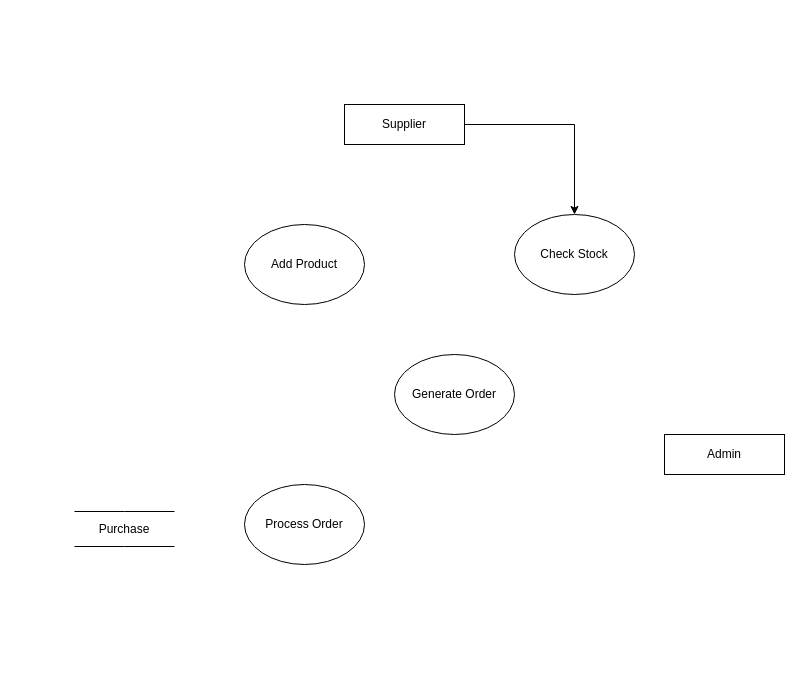
The draw.io diagram Level 2 1.1.drawio in pawal-karki/DRAW.IO, before the edit. Source tidied: cells renumbered, new cells numbered last; positions are measured from the earlier drawing's top-left corner, leaving out a move shared by most shapes. Both pictures are drawn from the tidied source at 100%, with x=0, y=0 at pixel (74, 104).
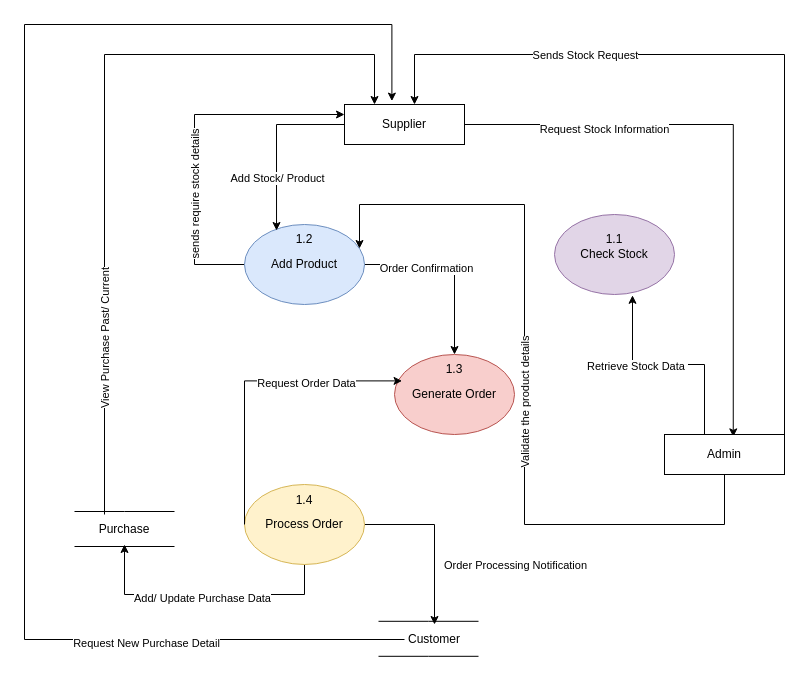
The same page after the edit.

The change refers to these unchanged cells:
```xml
<mxCell id="3" value="Supplier" style="rounded=0;whiteSpace=wrap;html=1;" parent="1" vertex="1">
  <mxGeometry x="270" width="120" height="40" as="geometry" />
</mxCell>
<mxCell id="8" value="Purchase" style="text;html=1;align=center;verticalAlign=middle;whiteSpace=wrap;rounded=0;" parent="1" vertex="1">
  <mxGeometry x="20" y="410" width="60" height="30" as="geometry" />
</mxCell>
<mxCell id="10" value="Admin" style="rounded=0;whiteSpace=wrap;html=1;" parent="1" vertex="1">
  <mxGeometry x="590" y="330" width="120" height="40" as="geometry" />
</mxCell>
```

The edit, as a diff of the source:
```diff
@@
-    <mxCell id="2" style="edgeStyle=orthogonalEdgeStyle;rounded=0;jettySize=auto;html=1;" parent="1" edge="1" source="3" target="4">
+    <mxCell id="2" style="edgeStyle=orthogonalEdgeStyle;rounded=0;jettySize=auto;html=1;entryX=0.573;entryY=0.06;entryDx=0;entryDy=0;entryPerimeter=0;" parent="1" edge="1" source="3" target="10">
       <mxGeometry relative="1" as="geometry" />
     </mxCell>
+    <mxCell id="11" value="Request Stock Information" style="edgeLabel;html=1;align=center;verticalAlign=middle;" parent="2" vertex="1">
+      <mxGeometry x="-0.52" y="-4" relative="1" as="geometry" />
+    </mxCell>
@@
-    <mxCell id="4" value="Check Stock" style="ellipse;whiteSpace=wrap;html=1;" parent="1" vertex="1">
-      <mxGeometry x="440" y="110" width="120" height="80" as="geometry" />
+    <mxCell id="4" value="Check Stock" style="ellipse;whiteSpace=wrap;html=1;fillColor=#e1d5e7;strokeColor=#9673a6;" parent="1" vertex="1">
+      <mxGeometry x="480" y="110" width="120" height="80" as="geometry" />
     </mxCell>
+    <mxCell id="12" style="edgeStyle=orthogonalEdgeStyle;rounded=0;jettySize=auto;html=1;entryX=0;entryY=0.25;entryDx=0;entryDy=0;" parent="1" edge="1" source="5" target="3">
+      <mxGeometry relative="1" as="geometry">
+        <Array as="points">
+          <mxPoint x="120" y="160" />
+          <mxPoint x="120" y="10" />
+        </Array>
+      </mxGeometry>
+    </mxCell>
+    <mxCell id="13" value="sends require stock details" style="edgeLabel;html=1;align=center;verticalAlign=middle;rotation=-90;" parent="12" vertex="1">
+      <mxGeometry x="-0.34" y="4" relative="1" as="geometry">
+        <mxPoint x="4" y="-4" as="offset" />
+      </mxGeometry>
+    </mxCell>
+    <mxCell id="14" style="edgeStyle=orthogonalEdgeStyle;rounded=0;jettySize=auto;html=1;" parent="1" edge="1" source="5" target="6">
+      <mxGeometry relative="1" as="geometry" />
+    </mxCell>
+    <mxCell id="15" value="Order Confirmation" style="edgeLabel;html=1;align=center;verticalAlign=middle;" parent="14" vertex="1">
+      <mxGeometry x="-0.32" y="-3" relative="1" as="geometry" />
+    </mxCell>
-    <mxCell id="5" value="Add Product" style="ellipse;whiteSpace=wrap;html=1;" parent="1" vertex="1">
+    <mxCell id="5" value="Add Product" style="ellipse;whiteSpace=wrap;html=1;fillColor=#dae8fc;strokeColor=#6c8ebf;" parent="1" vertex="1">
       <mxGeometry x="170" y="120" width="120" height="80" as="geometry" />
     </mxCell>
+    <mxCell id="16" style="edgeStyle=orthogonalEdgeStyle;rounded=0;jettySize=auto;html=1;entryX=0.5;entryY=0;entryDx=0;entryDy=0;exitX=1;exitY=0.5;exitDx=0;exitDy=0;" parent="1" edge="1" source="7" target="36">
+      <mxGeometry relative="1" as="geometry" />
+    </mxCell>
+    <mxCell id="17" value="Order Processing Notification" style="edgeLabel;html=1;align=center;verticalAlign=middle;" parent="16" vertex="1">
+      <mxGeometry x="-0.24" y="-3" relative="1" as="geometry">
+        <mxPoint x="85" y="37" as="offset" />
+      </mxGeometry>
+    </mxCell>
-    <mxCell id="6" value="Generate Order" style="ellipse;whiteSpace=wrap;html=1;" parent="1" vertex="1">
+    <mxCell id="6" value="Generate Order" style="ellipse;whiteSpace=wrap;html=1;fillColor=#f8cecc;strokeColor=#b85450;" parent="1" vertex="1">
       <mxGeometry x="320" y="250" width="120" height="80" as="geometry" />
     </mxCell>
+    <mxCell id="18" style="edgeStyle=orthogonalEdgeStyle;rounded=0;jettySize=auto;html=1;entryX=0.5;entryY=1;entryDx=0;entryDy=0;" parent="1" edge="1" source="7" target="8">
+      <mxGeometry relative="1" as="geometry">
+        <Array as="points">
+          <mxPoint x="230" y="490" />
+          <mxPoint x="50" y="490" />
+        </Array>
+      </mxGeometry>
+    </mxCell>
+    <mxCell id="19" value="Add/ Update Purchase Data" style="edgeLabel;html=1;align=center;verticalAlign=middle;" parent="18" vertex="1">
+      <mxGeometry x="0.02" y="3" relative="1" as="geometry" />
+    </mxCell>
-    <mxCell id="7" value="Process Order" style="ellipse;whiteSpace=wrap;html=1;" parent="1" vertex="1">
+    <mxCell id="7" value="Process Order" style="ellipse;whiteSpace=wrap;html=1;fillColor=#fff2cc;strokeColor=#d6b656;" parent="1" vertex="1">
       <mxGeometry x="170" y="380" width="120" height="80" as="geometry" />
     </mxCell>
+    <mxCell id="20" style="edgeStyle=orthogonalEdgeStyle;rounded=0;jettySize=auto;html=1;" parent="1" edge="1" source="8" target="3">
+      <mxGeometry relative="1" as="geometry">
+        <Array as="points">
+          <mxPoint x="30" y="-50" />
+          <mxPoint x="300" y="-50" />
+        </Array>
+      </mxGeometry>
+    </mxCell>
+    <mxCell id="21" value="View Purchase Past/ Current" style="edgeLabel;html=1;align=center;verticalAlign=middle;rotation=-90;" parent="20" vertex="1">
+      <mxGeometry x="-0.55" relative="1" as="geometry" />
+    </mxCell>
@@
+    <mxCell id="22" style="edgeStyle=orthogonalEdgeStyle;rounded=0;orthogonalLoop=1;jettySize=auto;html=1;" parent="1" edge="1">
+      <mxGeometry relative="1" as="geometry">
+        <mxPoint x="710" y="330" as="sourcePoint" />
+        <mxPoint x="340" as="targetPoint" />
+        <Array as="points">
+          <mxPoint x="710" y="-50" />
+          <mxPoint x="340" y="-50" />
+        </Array>
+      </mxGeometry>
+    </mxCell>
+    <mxCell id="23" value="Sends Stock Request" style="edgeLabel;html=1;align=center;verticalAlign=middle;" parent="22" vertex="1">
+      <mxGeometry x="0.45" relative="1" as="geometry" />
+    </mxCell>
+    <mxCell id="24" style="edgeStyle=orthogonalEdgeStyle;rounded=0;jettySize=auto;html=1;" parent="1" edge="1" source="10" target="5">
+      <mxGeometry relative="1" as="geometry">
+        <Array as="points">
+          <mxPoint x="650" y="420" />
+          <mxPoint x="450" y="420" />
+          <mxPoint x="450" y="100" />
+          <mxPoint x="285" y="100" />
+        </Array>
+      </mxGeometry>
+    </mxCell>
+    <mxCell id="25" value="Validate the product details" style="edgeLabel;html=1;align=center;verticalAlign=middle;rotation=-90;" parent="24" vertex="1">
+      <mxGeometry x="-0.21" y="3" relative="1" as="geometry">
+        <mxPoint x="3" y="-63" as="offset" />
+      </mxGeometry>
+    </mxCell>
@@
+    <mxCell id="26" style="edgeStyle=orthogonalEdgeStyle;rounded=0;jettySize=auto;html=1;entryX=0.65;entryY=1.01;entryDx=0;entryDy=0;entryPerimeter=0;" parent="1" edge="1" source="10" target="4">
+      <mxGeometry relative="1" as="geometry">
+        <Array as="points">
+          <mxPoint x="630" y="260" />
+          <mxPoint x="558" y="260" />
+        </Array>
+      </mxGeometry>
+    </mxCell>
+    <mxCell id="27" value="Retrieve Stock Data&amp;nbsp;" style="edgeLabel;html=1;align=center;verticalAlign=middle;" parent="26" vertex="1">
+      <mxGeometry x="0.31" y="1" relative="1" as="geometry" />
+    </mxCell>
+    <mxCell id="28" style="edgeStyle=orthogonalEdgeStyle;rounded=0;jettySize=auto;html=1;exitX=0;exitY=0.5;exitDx=0;exitDy=0;entryX=0.267;entryY=0.075;entryDx=0;entryDy=0;entryPerimeter=0;" parent="1" edge="1" source="3" target="5">
+      <mxGeometry relative="1" as="geometry" />
+    </mxCell>
+    <mxCell id="29" value="Add Stock/ Product" style="edgeLabel;html=1;align=center;verticalAlign=middle;" parent="28" vertex="1">
+      <mxGeometry x="0.4" relative="1" as="geometry" />
+    </mxCell>
+    <mxCell id="30" style="edgeStyle=orthogonalEdgeStyle;rounded=0;jettySize=auto;html=1;entryX=0.063;entryY=0.33;entryDx=0;entryDy=0;entryPerimeter=0;" parent="1" edge="1" source="7" target="6">
+      <mxGeometry relative="1" as="geometry">
+        <Array as="points">
+          <mxPoint x="170" y="276" />
+        </Array>
+      </mxGeometry>
+    </mxCell>
+    <mxCell id="31" value="Request Order Data" style="edgeLabel;html=1;align=center;verticalAlign=middle;" parent="30" vertex="1">
+      <mxGeometry x="0.24" y="-2" relative="1" as="geometry">
+        <mxPoint x="18" as="offset" />
+      </mxGeometry>
+    </mxCell>
+    <mxCell id="32" value="1.1" style="text;html=1;align=center;verticalAlign=middle;whiteSpace=wrap;rounded=0;" parent="1" vertex="1">
+      <mxGeometry x="510" y="120" width="60" height="30" as="geometry" />
+    </mxCell>
+    <mxCell id="33" value="1.2" style="text;html=1;align=center;verticalAlign=middle;whiteSpace=wrap;rounded=0;" parent="1" vertex="1">
+      <mxGeometry x="200" y="120" width="60" height="30" as="geometry" />
+    </mxCell>
+    <mxCell id="34" value="1.3" style="text;html=1;align=center;verticalAlign=middle;whiteSpace=wrap;rounded=0;" parent="1" vertex="1">
+      <mxGeometry x="350" y="250" width="60" height="30" as="geometry" />
+    </mxCell>
+    <mxCell id="35" value="1.4" style="text;html=1;align=center;verticalAlign=middle;whiteSpace=wrap;rounded=0;" parent="1" vertex="1">
+      <mxGeometry x="200" y="381" width="60" height="30" as="geometry" />
+    </mxCell>
+    <mxCell id="36" value="Customer" style="text;html=1;align=center;verticalAlign=middle;whiteSpace=wrap;rounded=0;" parent="1" vertex="1">
+      <mxGeometry x="330" y="520" width="60" height="30" as="geometry" />
+    </mxCell>
+    <mxCell id="37" style="shape=link;html=1;rounded=0;width=35;" parent="1" edge="1">
+      <mxGeometry relative="1" as="geometry">
+        <mxPoint x="304" y="534.3" as="sourcePoint" />
+        <mxPoint x="404" y="534.3" as="targetPoint" />
+        <Array as="points">
+          <mxPoint x="354" y="534.3" />
+        </Array>
+      </mxGeometry>
+    </mxCell>
+    <mxCell id="38" style="edgeStyle=orthogonalEdgeStyle;rounded=0;jettySize=auto;html=1;entryX=0.395;entryY=-0.085;entryDx=0;entryDy=0;entryPerimeter=0;" parent="1" edge="1" source="36" target="3">
+      <mxGeometry relative="1" as="geometry">
+        <Array as="points">
+          <mxPoint x="-50" y="535" />
+          <mxPoint x="-50" y="-80" />
+          <mxPoint x="317" y="-80" />
+        </Array>
+      </mxGeometry>
+    </mxCell>
+    <mxCell id="39" value="Request New Purchase Detail" style="edgeLabel;html=1;align=center;verticalAlign=middle;" parent="38" vertex="1">
+      <mxGeometry x="-0.64" y="3" relative="1" as="geometry" />
+    </mxCell>
```
